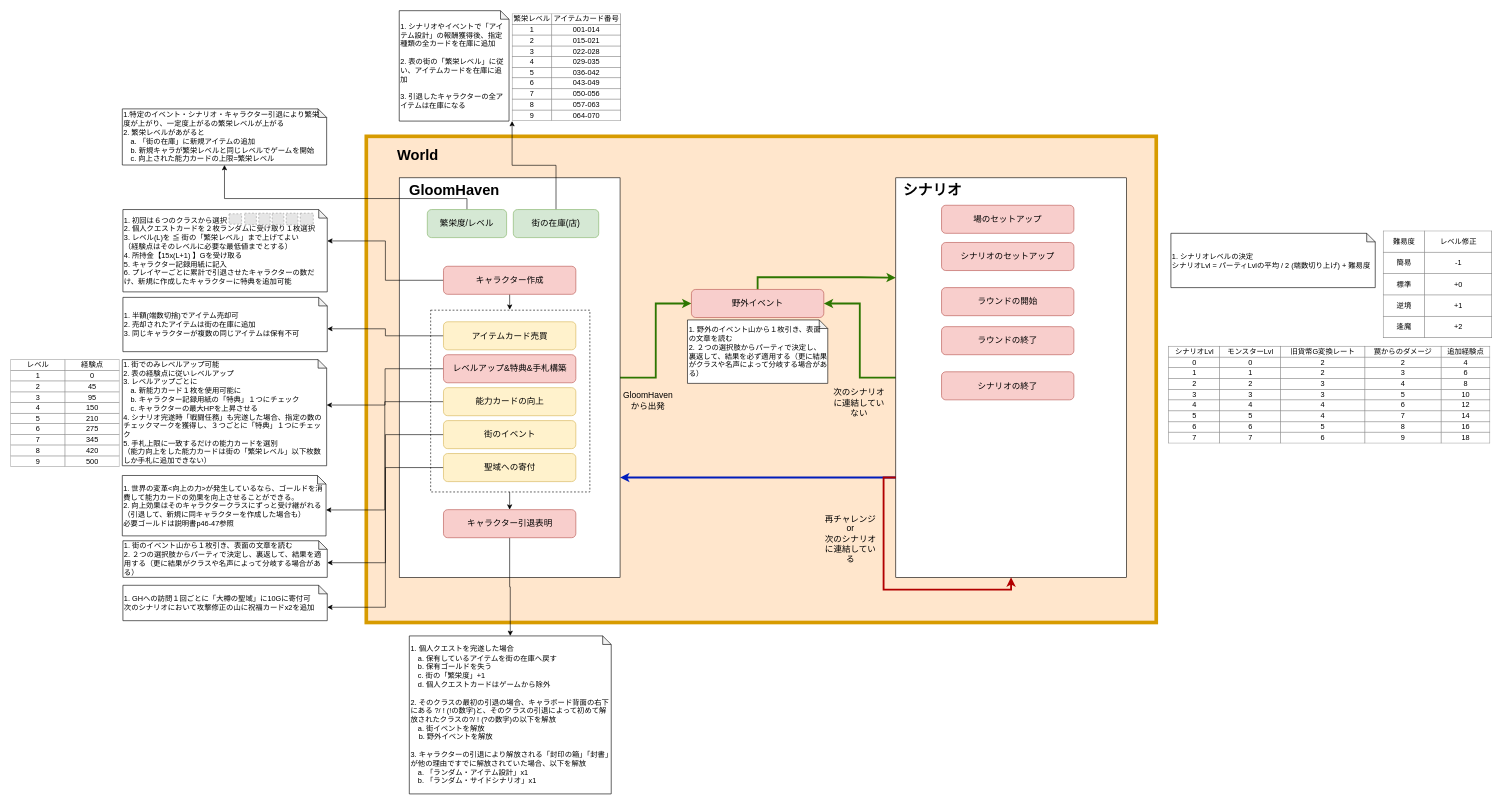
Earlier version of the draw.io diagram Untitled Diagram.drawio (newuniverse/diagrams). Source tidied: cells renumbered, new cells numbered last; positions are measured from the earlier drawing's top-left corner, leaving out a move shared by most shapes. Both pictures are drawn from the tidied source at 61%, with x=0, y=0 at pixel (10, 10). Pictures stored in the file or linked from it are replaced by grey dashed boxes.
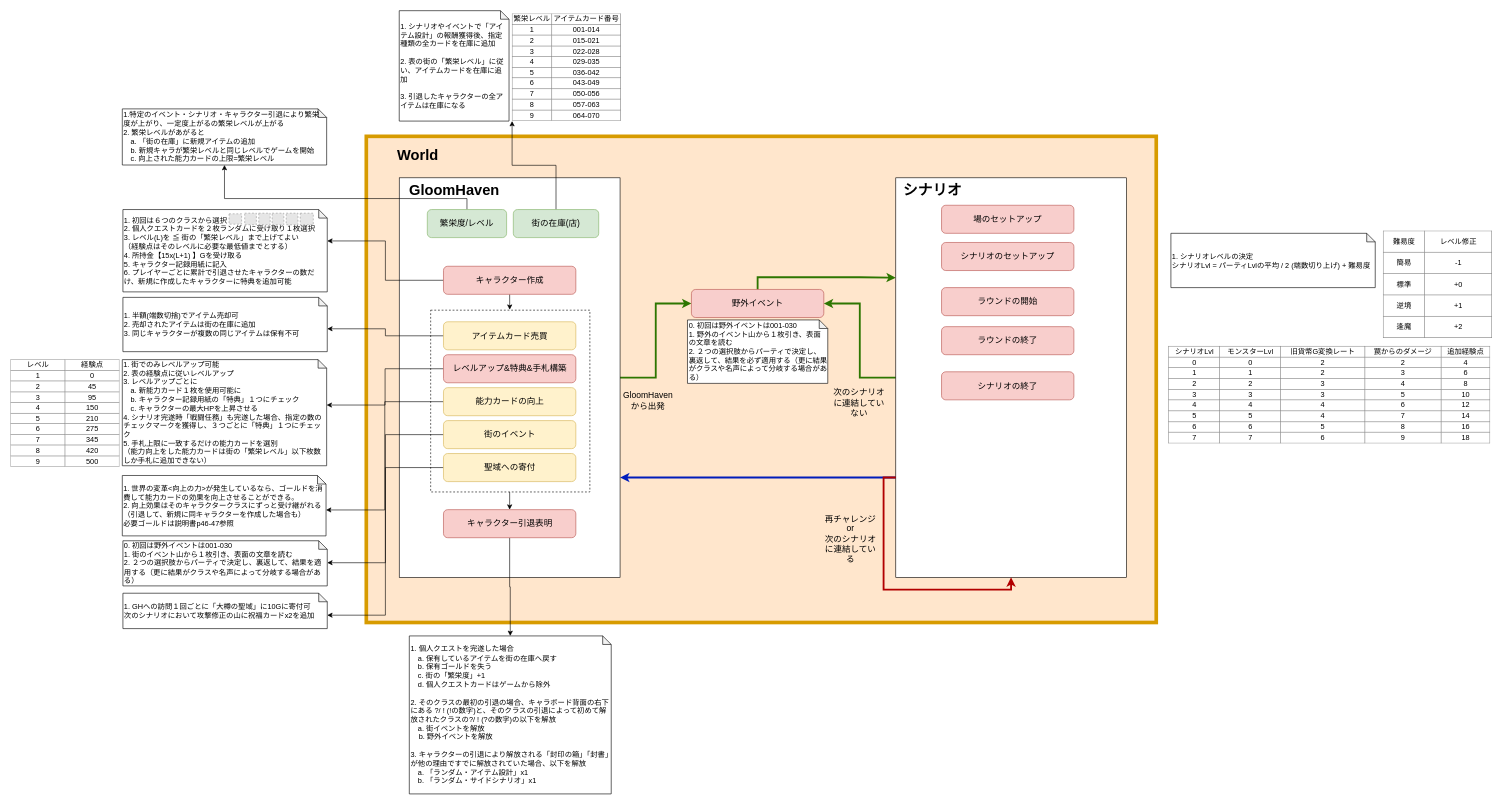
After the change.

The edit, as a diff of the source:
```diff
@@
     <mxCell id="24" value="1. GHへの訪問１回ごとに「大樽の聖域」に10Gに寄付可&lt;br&gt;次のシナリオにおいて攻撃修正の山に祝福カードx2を追加" style="shape=note;whiteSpace=wrap;html=1;backgroundOutline=1;darkOpacity=0.05;size=14;align=left;" parent="1" vertex="1">
-      <mxGeometry x="184" y="942" width="335" height="58" as="geometry" />
+      <mxGeometry x="184" y="955" width="335" height="58" as="geometry" />
     </mxCell>
-    <mxCell id="25" value="1. 街のイベント山から１枚引き、表面の文章を読む&lt;br&gt;2. ２つの選択肢からパーティで決定し、裏返して、結果を適用する（更に結果がクラスや名声によって分岐する場合がある）" style="shape=note;whiteSpace=wrap;html=1;backgroundOutline=1;darkOpacity=0.05;size=14;align=left;" parent="1" vertex="1">
-      <mxGeometry x="184" y="869" width="335" height="60" as="geometry" />
+    <mxCell id="25" value="0. 初回は野外イベントは001-030&lt;br&gt;1. 街のイベント山から１枚引き、表面の文章を読む&lt;br&gt;2. ２つの選択肢からパーティで決定し、裏返して、結果を適用する（更に結果がクラスや名声によって分岐する場合がある）" style="shape=note;whiteSpace=wrap;html=1;backgroundOutline=1;darkOpacity=0.05;size=14;align=left;" parent="1" vertex="1">
+      <mxGeometry x="184" y="869" width="335" height="74" as="geometry" />
     </mxCell>
@@
-    <mxCell id="60" value="1. 野外のイベント山から１枚引き、表面の文章を読む&lt;br&gt;2. ２つの選択肢からパーティで決定し、裏返して、結果を必ず適用する（更に結果がクラスや名声によって分岐する場合がある）" style="shape=note;whiteSpace=wrap;html=1;backgroundOutline=1;darkOpacity=0.05;size=14;align=left;" parent="1" vertex="1">
+    <mxCell id="60" value="0. 初回は野外イベントは001-030&lt;br&gt;1. 野外のイベント山から１枚引き、表面の文章を読む&lt;br&gt;2. ２つの選択肢からパーティで決定し、裏返して、結果を必ず適用する（更に結果がクラスや名声によって分岐する場合がある）" style="shape=note;whiteSpace=wrap;html=1;backgroundOutline=1;darkOpacity=0.05;size=14;align=left;" parent="1" vertex="1">
       <mxGeometry x="1109.5" y="507" width="230" height="104" as="geometry" />
     </mxCell>
```
